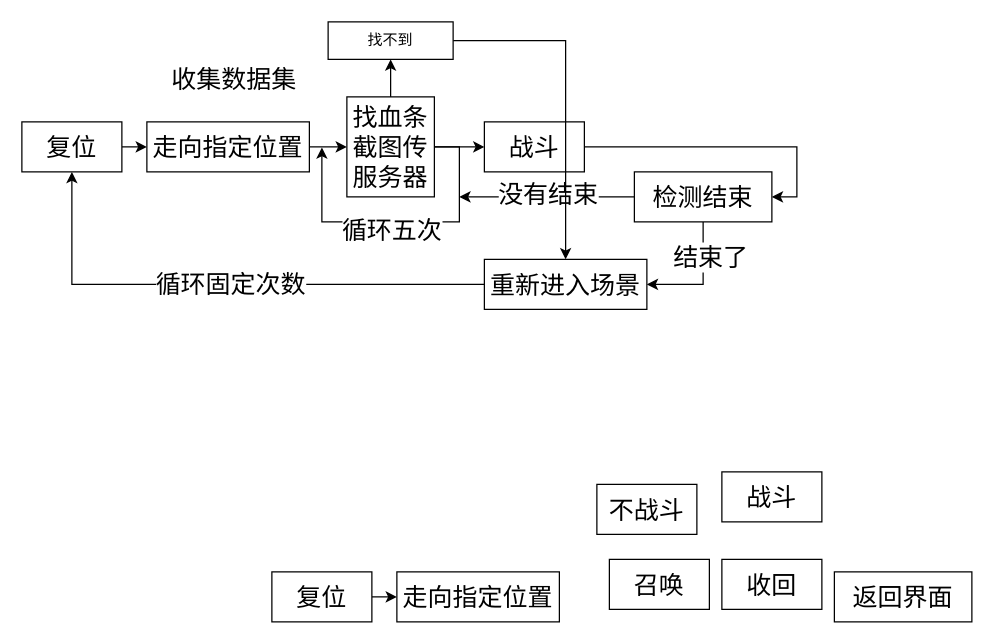
This is 状态机.drawio from lanendiencgr2002/eggkid_mob_spawner, a draw.io file, before an edit. Source tidied: cells renumbered, new cells numbered last; positions are measured from the earlier drawing's top-left corner, leaving out a move shared by most shapes. Both pictures are drawn from the tidied source at 125%, with x=0, y=0 at pixel (21, 21).
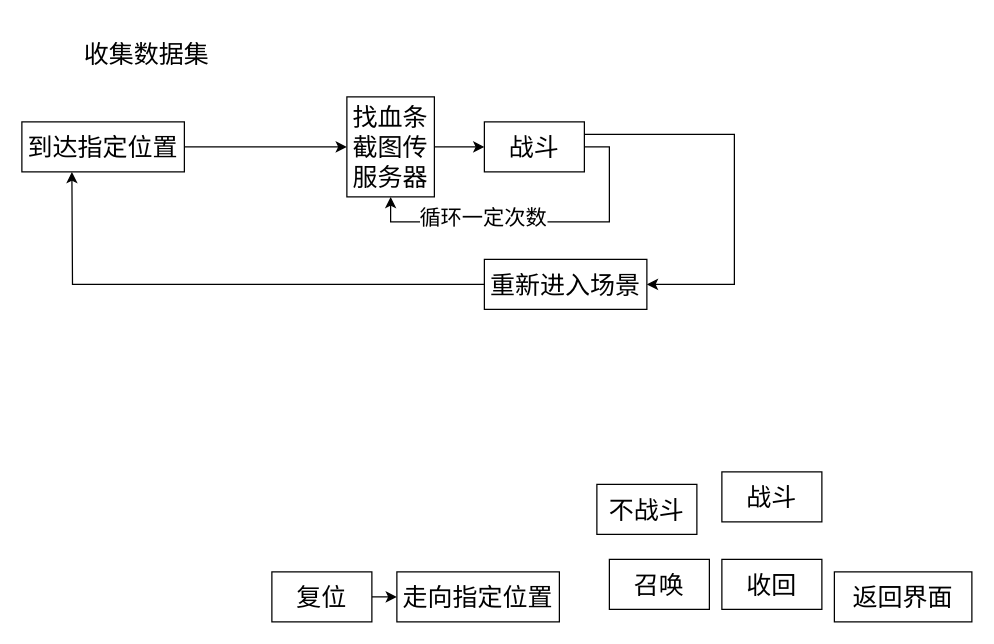
The same page after the edit.

Commit message (it also covers changes not shown here):
更新状态机.drawio

The change refers to these unchanged cells:
```xml
<mxCell id="18" value="&lt;font style=&quot;font-size: 20px;&quot;&gt;找血条截图传服务器&lt;/font&gt;" style="rounded=0;whiteSpace=wrap;html=1;" parent="1" vertex="1">
  <mxGeometry x="260" y="60" width="70" height="80" as="geometry" />
</mxCell>
<mxCell id="21" value="&lt;span style=&quot;font-size: 20px;&quot;&gt;战斗&lt;/span&gt;" style="rounded=0;whiteSpace=wrap;html=1;" parent="1" vertex="1">
  <mxGeometry x="370" y="80" width="80" height="40" as="geometry" />
</mxCell>
<mxCell id="29" value="&lt;font style=&quot;font-size: 20px;&quot;&gt;重新进入场景&lt;/font&gt;" style="rounded=0;whiteSpace=wrap;html=1;" parent="1" vertex="1">
  <mxGeometry x="370" y="190" width="130" height="40" as="geometry" />
</mxCell>
```

Diff of the diagram source:
```diff
@@
     <mxCell id="9" value="&lt;font style=&quot;font-size: 20px;&quot;&gt;收集数据集&lt;/font&gt;" style="text;html=1;align=center;verticalAlign=middle;whiteSpace=wrap;rounded=0;" parent="1" vertex="1">
-      <mxGeometry x="70" y="30" width="200" height="30" as="geometry" />
+      <mxGeometry y="10" width="200" height="30" as="geometry" />
     </mxCell>
-    <mxCell id="10" style="edgeStyle=orthogonalEdgeStyle;rounded=0;jettySize=auto;html=1;exitX=1;exitY=0.5;exitDx=0;exitDy=0;entryX=0;entryY=0.5;entryDx=0;entryDy=0;" parent="1" edge="1" source="11" target="13">
-      <mxGeometry relative="1" as="geometry" />
-    </mxCell>
-    <mxCell id="11" value="&lt;font style=&quot;font-size: 20px;&quot;&gt;复位&lt;/font&gt;" style="rounded=0;whiteSpace=wrap;html=1;" parent="1" vertex="1">
-      <mxGeometry y="80" width="80" height="40" as="geometry" />
-    </mxCell>
@@
-    <mxCell id="13" value="&lt;font style=&quot;font-size: 20px;&quot;&gt;走向指定位置&lt;/font&gt;" style="rounded=0;whiteSpace=wrap;html=1;" parent="1" vertex="1">
-      <mxGeometry x="100" y="80" width="130" height="40" as="geometry" />
+    <mxCell id="13" value="&lt;font style=&quot;font-size: 20px;&quot;&gt;到达指定位置&lt;/font&gt;" style="rounded=0;whiteSpace=wrap;html=1;" parent="1" vertex="1">
+      <mxGeometry y="80" width="130" height="40" as="geometry" />
     </mxCell>
-    <mxCell id="14" style="edgeStyle=orthogonalEdgeStyle;rounded=0;jettySize=auto;html=1;exitX=1;exitY=0.5;exitDx=0;exitDy=0;" parent="1" edge="1" source="18">
-      <mxGeometry relative="1" as="geometry">
-        <mxPoint x="240" y="100" as="targetPoint" />
-      </mxGeometry>
-    </mxCell>
-    <mxCell id="15" value="&lt;font style=&quot;font-size: 20px;&quot;&gt;循环五次&lt;/font&gt;" style="edgeLabel;html=1;align=center;verticalAlign=middle;" parent="14" vertex="1">
-      <mxGeometry x="0.08" y="5" relative="1" as="geometry" />
-    </mxCell>
@@
-    <mxCell id="17" style="edgeStyle=orthogonalEdgeStyle;rounded=0;jettySize=auto;html=1;" parent="1" edge="1" source="18" target="31">
-      <mxGeometry relative="1" as="geometry" />
-    </mxCell>
@@
-    <mxCell id="20" style="edgeStyle=orthogonalEdgeStyle;rounded=0;jettySize=auto;html=1;entryX=1;entryY=0.5;entryDx=0;entryDy=0;" parent="1" edge="1" source="21" target="26">
-      <mxGeometry relative="1" as="geometry" />
-    </mxCell>
+    <mxCell id="32" style="edgeStyle=orthogonalEdgeStyle;rounded=0;jettySize=auto;html=1;exitX=1;exitY=0.5;exitDx=0;exitDy=0;entryX=0.5;entryY=1;entryDx=0;entryDy=0;" parent="1" edge="1" source="21" target="18">
+      <mxGeometry relative="1" as="geometry" />
+    </mxCell>
+    <mxCell id="33" value="&lt;font style=&quot;font-size: 17px;&quot;&gt;循环一定次数&lt;/font&gt;" style="edgeLabel;html=1;align=center;verticalAlign=middle;" parent="32" vertex="1">
+      <mxGeometry x="0.32" y="-3" relative="1" as="geometry" />
+    </mxCell>
+    <mxCell id="34" style="edgeStyle=orthogonalEdgeStyle;rounded=0;jettySize=auto;html=1;entryX=1;entryY=0.5;entryDx=0;entryDy=0;" parent="1" edge="1" source="21" target="29">
+      <mxGeometry relative="1" as="geometry">
+        <Array as="points">
+          <mxPoint x="570" y="90" />
+          <mxPoint x="570" y="210" />
+        </Array>
+      </mxGeometry>
+    </mxCell>
@@
-    <mxCell id="22" style="edgeStyle=orthogonalEdgeStyle;rounded=0;jettySize=auto;html=1;exitX=0;exitY=0.5;exitDx=0;exitDy=0;" parent="1" edge="1" source="26">
-      <mxGeometry relative="1" as="geometry">
-        <mxPoint x="350" y="140" as="targetPoint" />
-      </mxGeometry>
-    </mxCell>
-    <mxCell id="23" value="&lt;font style=&quot;font-size: 20px;&quot;&gt;没有结束&lt;/font&gt;" style="edgeLabel;html=1;align=center;verticalAlign=middle;" parent="22" vertex="1">
-      <mxGeometry x="0.24" y="-4" relative="1" as="geometry">
-        <mxPoint x="17" as="offset" />
-      </mxGeometry>
-    </mxCell>
-    <mxCell id="24" style="edgeStyle=orthogonalEdgeStyle;rounded=0;jettySize=auto;html=1;entryX=1;entryY=0.5;entryDx=0;entryDy=0;" parent="1" edge="1" source="26" target="29">
-      <mxGeometry relative="1" as="geometry" />
-    </mxCell>
-    <mxCell id="25" value="&lt;font style=&quot;font-size: 20px;&quot;&gt;结束了&lt;/font&gt;" style="edgeLabel;html=1;align=center;verticalAlign=middle;" parent="24" vertex="1">
-      <mxGeometry x="-0.44" y="5" relative="1" as="geometry" />
-    </mxCell>
-    <mxCell id="26" value="&lt;span style=&quot;font-size: 20px;&quot;&gt;检测结束&lt;/span&gt;" style="rounded=0;whiteSpace=wrap;html=1;" parent="1" vertex="1">
-      <mxGeometry x="490" y="120" width="110" height="40" as="geometry" />
-    </mxCell>
-    <mxCell id="27" style="edgeStyle=orthogonalEdgeStyle;rounded=0;jettySize=auto;html=1;entryX=0.5;entryY=1;entryDx=0;entryDy=0;" parent="1" edge="1" source="29" target="11">
-      <mxGeometry relative="1" as="geometry" />
+    <mxCell id="27" style="edgeStyle=orthogonalEdgeStyle;rounded=0;jettySize=auto;html=1;entryX=0.5;entryY=1;entryDx=0;entryDy=0;" parent="1" edge="1" source="29">
+      <mxGeometry relative="1" as="geometry">
+        <mxPoint x="40" y="120" as="targetPoint" />
+      </mxGeometry>
     </mxCell>
-    <mxCell id="28" value="&lt;font style=&quot;font-size: 20px;&quot;&gt;循环固定次数&lt;/font&gt;" style="edgeLabel;html=1;align=center;verticalAlign=middle;" parent="27" vertex="1">
-      <mxGeometry x="-0.03" y="-2" relative="1" as="geometry" />
-    </mxCell>
@@
-    <mxCell id="30" style="edgeStyle=orthogonalEdgeStyle;rounded=0;jettySize=auto;html=1;" parent="1" edge="1" source="31" target="29">
-      <mxGeometry relative="1" as="geometry" />
-    </mxCell>
-    <mxCell id="31" value="找不到" style="whiteSpace=wrap;html=1;rounded=0;" parent="1" vertex="1">
-      <mxGeometry x="245" width="100" height="30" as="geometry" />
-    </mxCell>
```
